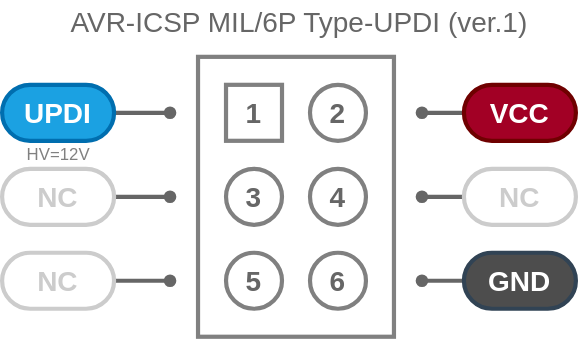
Earlier version of the draw.io export svg/AVR-ICSP-M6P-UPDIv1.drawio.svg (askn37/askn37.github.io). Source tidied: cells renumbered, new cells last; positions are measured from the earlier drawing's top-left corner, leaving out a move shared by most shapes.
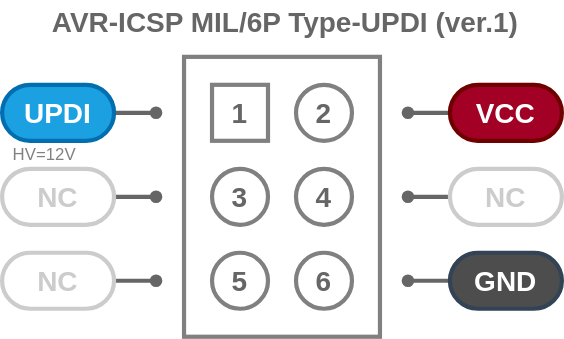
After the commit.

The edit, as a diff of the source:
```diff
@@ -53,31 +53,29 @@
       </mxGeometry>
     </mxCell>
     <mxCell id="16" value="UPDI" style="rounded=1;whiteSpace=wrap;html=1;fontSize=20;strokeWidth=3;fontStyle=1;fillColor=#1ba1e2;strokeColor=#006EAF;fontColor=#ffffff;arcSize=50;" parent="1" vertex="1">
-      <mxGeometry y="60" width="80" height="40" as="geometry" />
+      <mxGeometry x="10" y="60" width="80" height="40" as="geometry" />
     </mxCell>
-    <mxCell id="17" style="edgeStyle=none;html=1;exitX=1;exitY=0.5;exitDx=0;exitDy=0;fontSize=20;fontColor=#FFFFFF;startArrow=none;startFill=0;endArrow=oval;endFill=1;strokeColor=#666666;strokeWidth=3;" parent="1" edge="1">
+    <mxCell id="17" style="edgeStyle=none;html=1;exitX=1;exitY=0.5;exitDx=0;exitDy=0;fontSize=20;fontColor=#FFFFFF;startArrow=none;startFill=0;endArrow=oval;endFill=1;strokeColor=#666666;strokeWidth=3;" parent="1" edge="1" source="21">
       <mxGeometry relative="1" as="geometry">
-        <mxPoint x="80" y="140" as="sourcePoint" />
         <mxPoint x="120" y="140" as="targetPoint" />
       </mxGeometry>
     </mxCell>
-    <mxCell id="18" style="edgeStyle=none;html=1;fontSize=20;fontColor=#FFFFFF;startArrow=none;startFill=0;endArrow=oval;endFill=1;strokeColor=#666666;strokeWidth=3;" parent="1" edge="1">
+    <mxCell id="18" style="edgeStyle=none;html=1;fontSize=20;fontColor=#FFFFFF;startArrow=none;startFill=0;endArrow=oval;endFill=1;strokeColor=#666666;strokeWidth=3;exitX=1;exitY=0.5;exitDx=0;exitDy=0;" parent="1" edge="1" source="22">
       <mxGeometry relative="1" as="geometry">
-        <mxPoint x="80" y="200" as="sourcePoint" />
         <mxPoint x="120" y="200" as="targetPoint" />
       </mxGeometry>
     </mxCell>
-    <mxCell id="19" value="AVR-ICSP MIL/6P Type-UPDI (ver.1)" style="text;html=1;align=center;verticalAlign=middle;strokeColor=none;fillColor=none;fontSize=20;fontColor=#666666;" parent="1" vertex="1">
-      <mxGeometry x="42" width="340" height="30" as="geometry" />
+    <mxCell id="19" value="AVR-ICSP MIL/6P Type-UPDI (ver.1)" style="text;html=1;align=center;verticalAlign=middle;strokeColor=none;fillColor=none;fontSize=20;fontColor=#666666;fontStyle=1;" parent="1" vertex="1">
+      <mxGeometry x="37" width="350" height="30" as="geometry" />
     </mxCell>
     <mxCell id="20" value="HV=12V" style="text;html=1;align=center;verticalAlign=middle;strokeColor=none;fillColor=none;fontColor=#808080;" parent="1" vertex="1">
       <mxGeometry x="10" y="100" width="60" height="20" as="geometry" />
     </mxCell>
     <mxCell id="21" value="NC" style="rounded=1;whiteSpace=wrap;html=1;fontSize=20;strokeWidth=3;fontStyle=1;arcSize=50;strokeColor=#CCCCCC;fontColor=#CCCCCC;fillColor=none;" parent="1" vertex="1">
-      <mxGeometry y="120" width="80" height="40" as="geometry" />
+      <mxGeometry x="10" y="120" width="80" height="40" as="geometry" />
     </mxCell>
     <mxCell id="22" value="NC" style="rounded=1;whiteSpace=wrap;html=1;fontSize=20;strokeWidth=3;fontStyle=1;arcSize=50;strokeColor=#CCCCCC;fontColor=#CCCCCC;fillColor=none;" parent="1" vertex="1">
-      <mxGeometry y="180" width="80" height="40" as="geometry" />
+      <mxGeometry x="10" y="180" width="80" height="40" as="geometry" />
     </mxCell>
   </root>
 </mxGraphModel>
```
